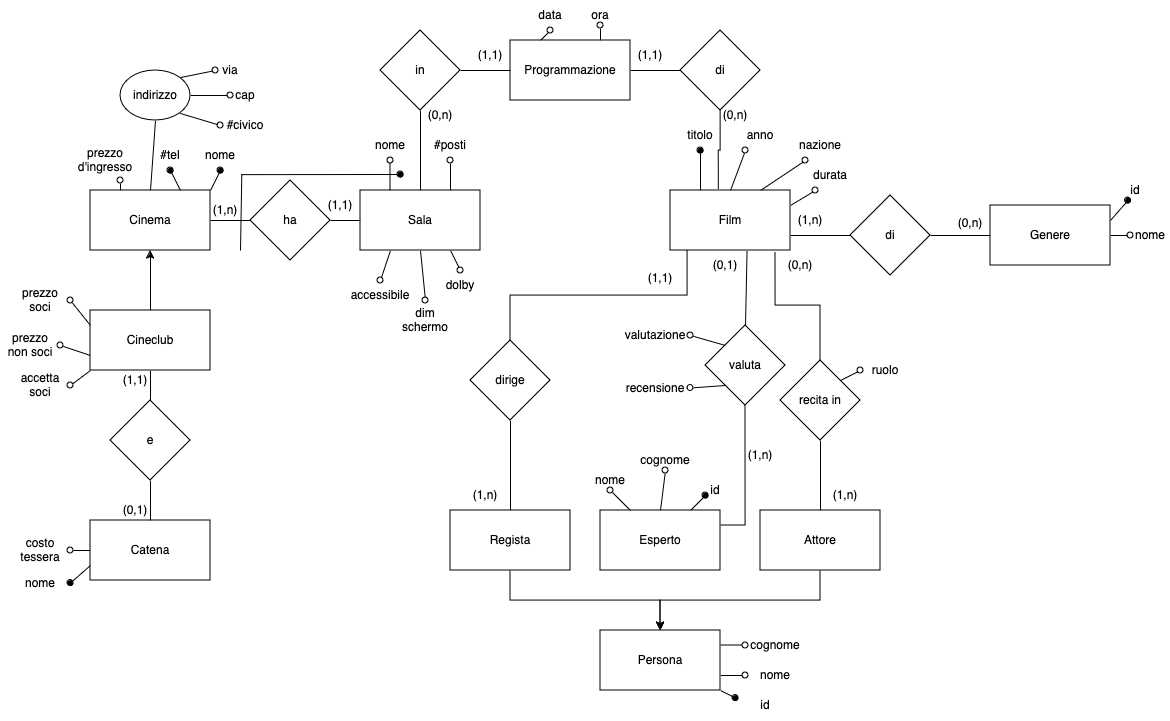
Before: Cinema.drawio.png, a diagram exported from draw.io (GekkeijuITA/BD). Source tidied: cells renumbered, new cells last; positions are measured from the earlier drawing's top-left corner, leaving out a move shared by most shapes.
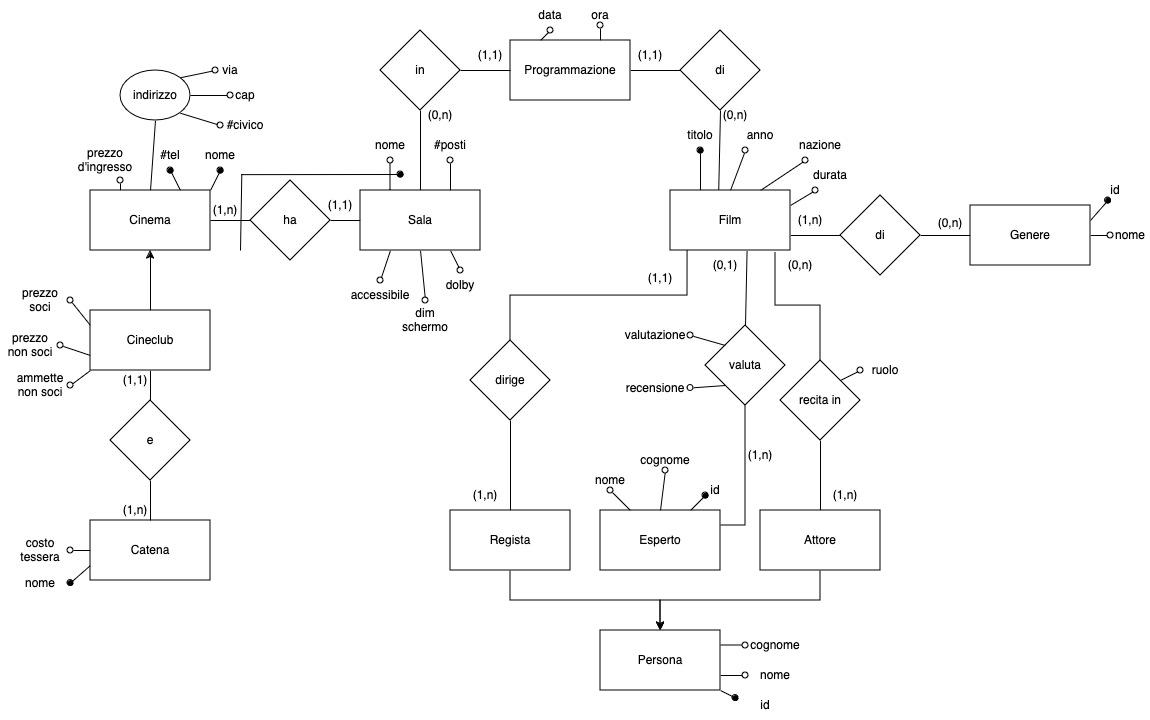
The same file after the commit.

The edit, as a diff of the source:
```diff
@@ -109,13 +109,13 @@
       <mxGeometry relative="1" as="geometry" />
     </mxCell>
     <mxCell id="34" value="Genere" style="rounded=0;whiteSpace=wrap;html=1;" parent="1" vertex="1">
-      <mxGeometry x="990" y="205" width="120" height="60" as="geometry" />
+      <mxGeometry x="970" y="205" width="120" height="60" as="geometry" />
     </mxCell>
     <mxCell id="35" value="id" style="text;html=1;align=center;verticalAlign=middle;whiteSpace=wrap;rounded=0;" parent="1" vertex="1">
-      <mxGeometry x="1120" y="180" width="30" height="20" as="geometry" />
+      <mxGeometry x="1100" y="180" width="30" height="20" as="geometry" />
     </mxCell>
     <mxCell id="36" value="nome" style="text;html=1;align=center;verticalAlign=middle;whiteSpace=wrap;rounded=0;" parent="1" vertex="1">
-      <mxGeometry x="1130" y="225" width="40" height="20" as="geometry" />
+      <mxGeometry x="1110" y="225" width="40" height="20" as="geometry" />
     </mxCell>
     <mxCell id="37" style="edgeStyle=orthogonalEdgeStyle;rounded=0;jettySize=auto;html=1;exitX=1;exitY=0.25;exitDx=0;exitDy=0;entryX=0.5;entryY=1;entryDx=0;entryDy=0;endArrow=none;endFill=0;" parent="1" edge="1" source="41" target="43">
       <mxGeometry relative="1" as="geometry" />
@@ -160,7 +160,7 @@
       <mxGeometry x="780" y="360" width="80" height="80" as="geometry" />
     </mxCell>
     <mxCell id="51" value="di" style="rhombus;whiteSpace=wrap;html=1;rounded=0;" parent="1" vertex="1">
-      <mxGeometry x="850" y="195" width="80" height="80" as="geometry" />
+      <mxGeometry x="840" y="195" width="80" height="80" as="geometry" />
     </mxCell>
     <mxCell id="52" style="rounded=0;jettySize=auto;html=1;exitX=0.5;exitY=0;exitDx=0;exitDy=0;entryX=0.5;entryY=1;entryDx=0;entryDy=0;endArrow=none;endFill=0;" parent="1" edge="1" source="54" target="56">
       <mxGeometry relative="1" as="geometry" />
@@ -196,7 +196,7 @@
       <mxGeometry x="780" y="205" width="60" height="30" as="geometry" />
     </mxCell>
     <mxCell id="63" value="(0,n)" style="text;html=1;align=center;verticalAlign=middle;whiteSpace=wrap;rounded=0;" parent="1" vertex="1">
-      <mxGeometry x="950" y="210" width="40" height="25" as="geometry" />
+      <mxGeometry x="930" y="210" width="40" height="25" as="geometry" />
     </mxCell>
     <mxCell id="64" value="(1,1)" style="text;html=1;align=center;verticalAlign=middle;whiteSpace=wrap;rounded=0;" parent="1" vertex="1">
       <mxGeometry x="640" y="270" width="40" height="15" as="geometry" />
@@ -319,7 +319,7 @@
     <mxCell id="102" value="di" style="rhombus;whiteSpace=wrap;html=1;rounded=0;" parent="1" vertex="1">
       <mxGeometry x="680" y="30" width="80" height="80" as="geometry" />
     </mxCell>
-    <mxCell id="103" style="edgeStyle=orthogonalEdgeStyle;rounded=0;jettySize=auto;html=1;exitX=0.5;exitY=1;exitDx=0;exitDy=0;entryX=0.402;entryY=-0.013;entryDx=0;entryDy=0;entryPerimeter=0;endArrow=none;endFill=0;" parent="1" edge="1" source="102" target="20">
+    <mxCell id="103" style="rounded=0;jettySize=auto;html=1;exitX=0.5;exitY=1;exitDx=0;exitDy=0;entryX=0.402;entryY=-0.013;entryDx=0;entryDy=0;entryPerimeter=0;endArrow=none;endFill=0;" parent="1" edge="1" source="102" target="20">
       <mxGeometry relative="1" as="geometry" />
     </mxCell>
     <mxCell id="104" value="(1,1)" style="text;html=1;align=center;verticalAlign=middle;whiteSpace=wrap;rounded=0;" parent="1" vertex="1">
@@ -379,13 +379,13 @@
     <mxCell id="122" value="e" style="rhombus;whiteSpace=wrap;html=1;rounded=0;" parent="1" vertex="1">
       <mxGeometry x="110" y="400" width="80" height="80" as="geometry" />
     </mxCell>
-    <mxCell id="123" value="(0,1)" style="text;html=1;align=center;verticalAlign=middle;whiteSpace=wrap;rounded=0;" parent="1" vertex="1">
+    <mxCell id="123" value="(1,n)" style="text;html=1;align=center;verticalAlign=middle;whiteSpace=wrap;rounded=0;" parent="1" vertex="1">
       <mxGeometry x="120" y="500" width="30" height="20" as="geometry" />
     </mxCell>
     <mxCell id="124" value="(1,1)" style="text;html=1;align=center;verticalAlign=middle;whiteSpace=wrap;rounded=0;" parent="1" vertex="1">
       <mxGeometry x="120" y="370" width="30" height="20" as="geometry" />
     </mxCell>
-    <mxCell id="125" value="accetta soci" style="text;html=1;align=center;verticalAlign=middle;whiteSpace=wrap;rounded=0;" parent="1" vertex="1">
+    <mxCell id="125" value="ammette non soci" style="text;html=1;align=center;verticalAlign=middle;whiteSpace=wrap;rounded=0;" parent="1" vertex="1">
       <mxGeometry x="10" y="365" width="60" height="40" as="geometry" />
     </mxCell>
   </root>
```
